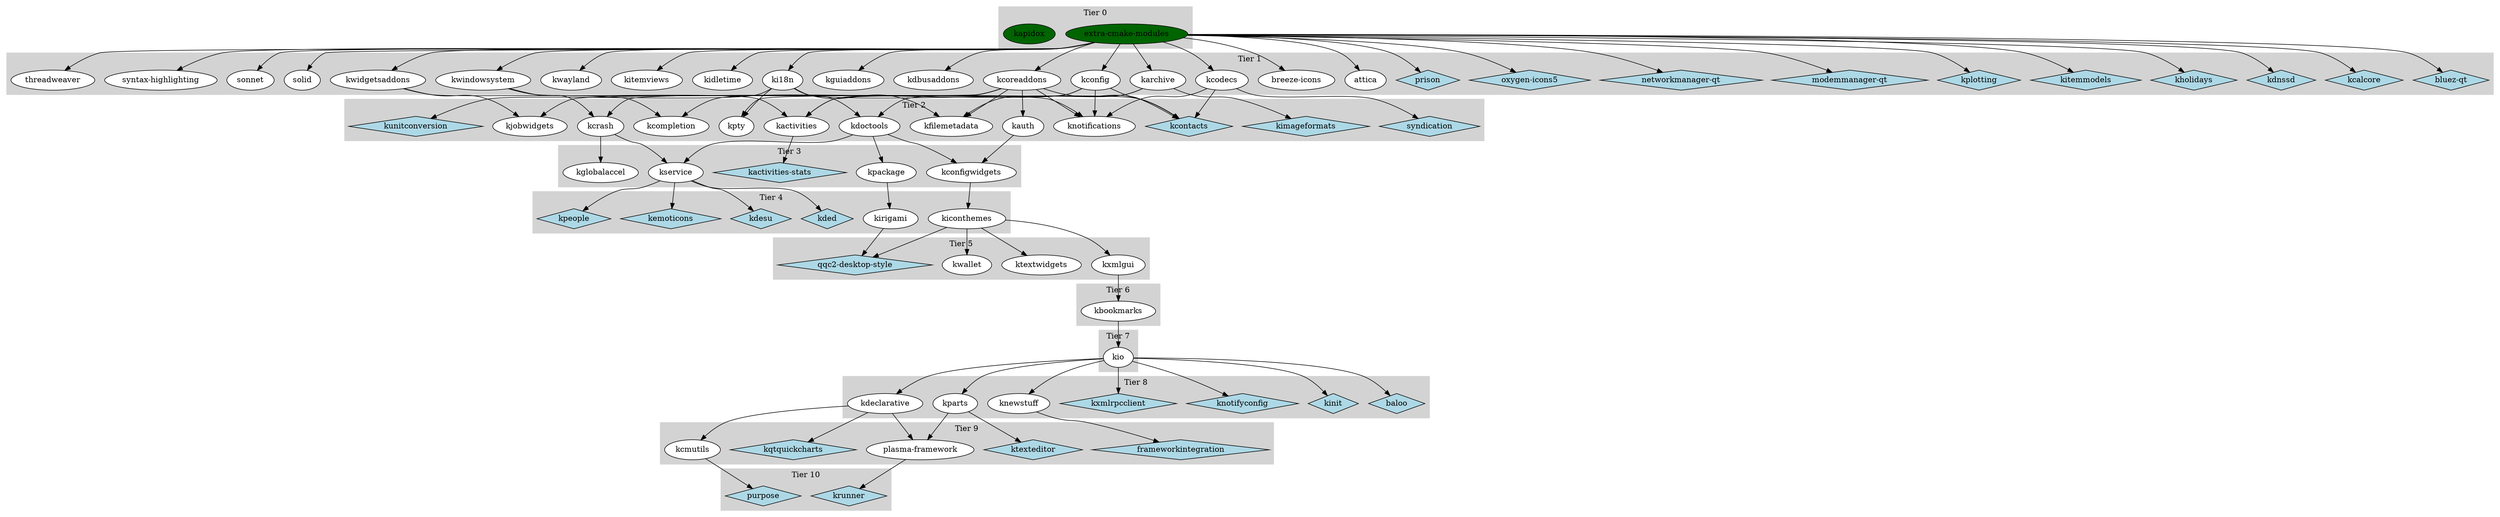
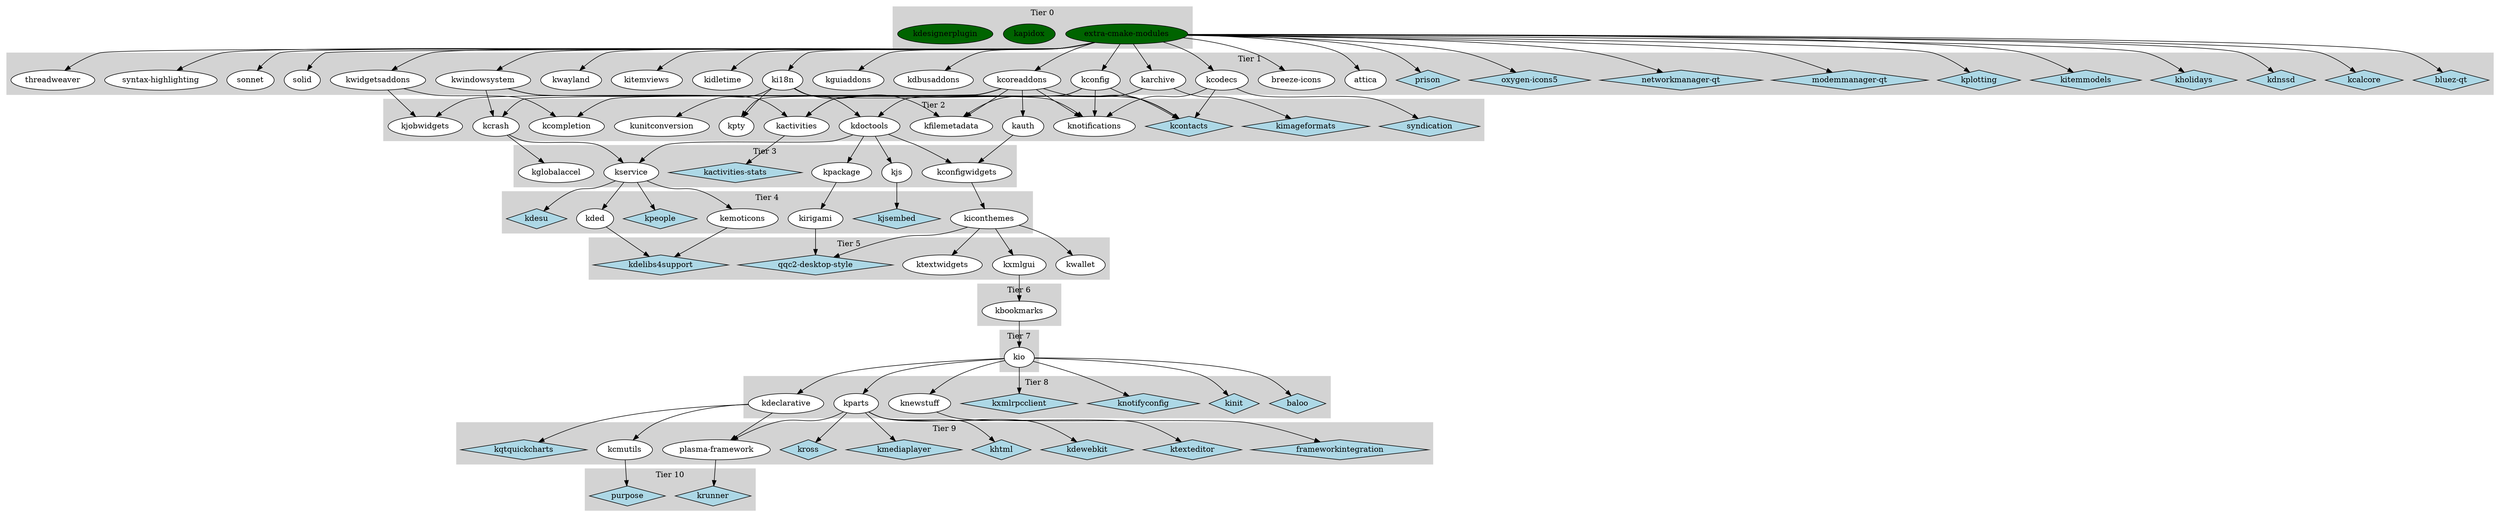
digraph frameworksTier {
  node [shape=diamond,fillcolor=lightblue,style=filled];
  "baloo";
  "bluez-qt";
  "frameworkintegration";
  "kactivities-stats";
  "kcalcore";
  "kcontacts";
-   "kded";
+   "kdelibs4support";
  "kdesu";
+   "kdewebkit";
  "kdnssd";
-   "kemoticons";
  "kholidays";
+   "khtml";
  "kimageformats";
  "kinit";
  "kitemmodels";
+   "kjsembed";
+   "kmediaplayer";
  "knotifyconfig";
  "kpeople";
  "kplotting";
  "kqtquickcharts";
+   "kross";
  "krunner";
  "ktexteditor";
-   "kunitconversion";
  "kxmlrpcclient";
  "modemmanager-qt";
  "networkmanager-qt";
  "oxygen-icons5";
  "prison";
  "purpose";
  "qqc2-desktop-style";
  "syndication";
  node [shape=ellipse,fillcolor=darkgreen,style=filled];
  "extra-cmake-modules";
  "kapidox";
+   "kdesignerplugin";
  node [shape=ellipse,fillcolor=white,style=filled];
  subgraph cluster_0 {
    style=filled;
    color=lightgrey;
    label = "Tier 0";
    "extra-cmake-modules";
    "kapidox";
+     "kdesignerplugin";
  }
  subgraph cluster_1 {
    style=filled;
    color=lightgrey;
    label = "Tier 1";
    "attica";
    "bluez-qt";
    "breeze-icons";
    "karchive";
    "kcalcore";
    "kcodecs";
    "kconfig";
    "kcoreaddons";
    "kdbusaddons";
    "kdnssd";
    "kguiaddons";
    "kholidays";
    "ki18n";
    "kidletime";
    "kitemmodels";
    "kitemviews";
    "kplotting";
    "kwayland";
    "kwidgetsaddons";
    "kwindowsystem";
    "modemmanager-qt";
    "networkmanager-qt";
    "oxygen-icons5";
    "prison";
    "solid";
    "sonnet";
    "syntax-highlighting";
    "threadweaver";
  }
  "extra-cmake-modules" -> "attica";
  "extra-cmake-modules" -> "bluez-qt";
  "extra-cmake-modules" -> "breeze-icons";
  "extra-cmake-modules" -> "karchive";
  "extra-cmake-modules" -> "kcalcore";
  "extra-cmake-modules" -> "kcodecs";
  "extra-cmake-modules" -> "kconfig";
  "extra-cmake-modules" -> "kcoreaddons";
  "extra-cmake-modules" -> "kdbusaddons";
  "extra-cmake-modules" -> "kdnssd";
  "extra-cmake-modules" -> "kguiaddons";
  "extra-cmake-modules" -> "kholidays";
  "extra-cmake-modules" -> "ki18n";
  "extra-cmake-modules" -> "kidletime";
  "extra-cmake-modules" -> "kitemmodels";
  "extra-cmake-modules" -> "kitemviews";
  "extra-cmake-modules" -> "kplotting";
  "extra-cmake-modules" -> "kwayland";
  "extra-cmake-modules" -> "kwidgetsaddons";
  "extra-cmake-modules" -> "kwindowsystem";
  "extra-cmake-modules" -> "modemmanager-qt";
  "extra-cmake-modules" -> "networkmanager-qt";
  "extra-cmake-modules" -> "oxygen-icons5";
  "extra-cmake-modules" -> "prison";
  "extra-cmake-modules" -> "solid";
  "extra-cmake-modules" -> "sonnet";
  "extra-cmake-modules" -> "syntax-highlighting";
  "extra-cmake-modules" -> "threadweaver";
  subgraph cluster_2 {
    style=filled;
    color=lightgrey;
    label = "Tier 2";
    "kactivities";
    "kauth";
    "kcompletion";
    "kcontacts";
    "kcrash";
    "kdoctools";
    "kfilemetadata";
    "kimageformats";
    "kjobwidgets";
    "knotifications";
    "kpty";
    "kunitconversion";
    "syndication";
  }
+   "kwindowsystem" -> "kactivities";
  "kcoreaddons" -> "kactivities";
  "kconfig" -> "kactivities";
-   "kwindowsystem" -> "kactivities";
  "kcoreaddons" -> "kauth";
  "kwidgetsaddons" -> "kcompletion";
  "kconfig" -> "kcompletion";
+   "kconfig" -> "kcontacts";
  "kcoreaddons" -> "kcontacts";
  "kcodecs" -> "kcontacts";
-   "kconfig" -> "kcontacts";
  "ki18n" -> "kcontacts";
+   "kwindowsystem" -> "kcrash";
  "kcoreaddons" -> "kcrash";
-   "kwindowsystem" -> "kcrash";
  "karchive" -> "kdoctools";
  "ki18n" -> "kdoctools";
  "kcoreaddons" -> "kfilemetadata";
  "karchive" -> "kfilemetadata";
  "ki18n" -> "kfilemetadata";
  "karchive" -> "kimageformats";
  "kcoreaddons" -> "kjobwidgets";
  "kwidgetsaddons" -> "kjobwidgets";
+   "kwindowsystem" -> "knotifications";
+   "kconfig" -> "knotifications";
  "kcoreaddons" -> "knotifications";
  "kcodecs" -> "knotifications";
-   "kconfig" -> "knotifications";
-   "kwindowsystem" -> "knotifications";
  "kcoreaddons" -> "kpty";
  "ki18n" -> "kpty";
  "ki18n" -> "kunitconversion";
  "kcodecs" -> "syndication";
  subgraph cluster_3 {
    style=filled;
    color=lightgrey;
    label = "Tier 3";
    "kactivities-stats";
    "kconfigwidgets";
    "kglobalaccel";
+     "kjs";
    "kpackage";
    "kservice";
  }
  "kactivities" -> "kactivities-stats";
  "kauth" -> "kconfigwidgets";
  "kdoctools" -> "kconfigwidgets";
  "kcrash" -> "kglobalaccel";
+   "kdoctools" -> "kjs";
  "kdoctools" -> "kpackage";
+   "kcrash" -> "kservice";
  "kdoctools" -> "kservice";
-   "kcrash" -> "kservice";
  subgraph cluster_4 {
    style=filled;
    color=lightgrey;
    label = "Tier 4";
    "kded";
    "kdesu";
    "kemoticons";
    "kiconthemes";
    "kirigami";
+     "kjsembed";
    "kpeople";
  }
  "kservice" -> "kded";
  "kservice" -> "kdesu";
  "kservice" -> "kemoticons";
  "kconfigwidgets" -> "kiconthemes";
  "kpackage" -> "kirigami";
+   "kjs" -> "kjsembed";
  "kservice" -> "kpeople";
  subgraph cluster_5 {
    style=filled;
    color=lightgrey;
    label = "Tier 5";
+     "kdelibs4support";
    "ktextwidgets";
    "kwallet";
    "kxmlgui";
    "qqc2-desktop-style";
  }
+   "kemoticons" -> "kdelibs4support";
+   "kded" -> "kdelibs4support";
  "kiconthemes" -> "ktextwidgets";
  "kiconthemes" -> "kwallet";
  "kiconthemes" -> "kxmlgui";
  "kirigami" -> "qqc2-desktop-style";
  "kiconthemes" -> "qqc2-desktop-style";
  subgraph cluster_6 {
    style=filled;
    color=lightgrey;
    label = "Tier 6";
    "kbookmarks";
  }
  "kxmlgui" -> "kbookmarks";
  subgraph cluster_7 {
    style=filled;
    color=lightgrey;
    label = "Tier 7";
    "kio";
  }
  "kbookmarks" -> "kio";
  subgraph cluster_8 {
    style=filled;
    color=lightgrey;
    label = "Tier 8";
    "baloo";
    "kdeclarative";
    "kinit";
    "knewstuff";
    "knotifyconfig";
    "kparts";
    "kxmlrpcclient";
  }
  "kio" -> "baloo";
  "kio" -> "kdeclarative";
  "kio" -> "kinit";
  "kio" -> "knewstuff";
  "kio" -> "knotifyconfig";
  "kio" -> "kparts";
  "kio" -> "kxmlrpcclient";
  subgraph cluster_9 {
    style=filled;
    color=lightgrey;
    label = "Tier 9";
    "frameworkintegration";
    "kcmutils";
+     "kdewebkit";
+     "khtml";
+     "kmediaplayer";
    "kqtquickcharts";
+     "kross";
    "ktexteditor";
    "plasma-framework";
  }
  "knewstuff" -> "frameworkintegration";
  "kdeclarative" -> "kcmutils";
+   "kparts" -> "kdewebkit";
+   "kparts" -> "khtml";
+   "kparts" -> "kmediaplayer";
  "kdeclarative" -> "kqtquickcharts";
+   "kparts" -> "kross";
  "kparts" -> "ktexteditor";
+   "kparts" -> "plasma-framework";
  "kdeclarative" -> "plasma-framework";
-   "kparts" -> "plasma-framework";
  subgraph cluster_10 {
    style=filled;
    color=lightgrey;
    label = "Tier 10";
    "krunner";
    "purpose";
  }
  "plasma-framework" -> "krunner";
  "kcmutils" -> "purpose";
}